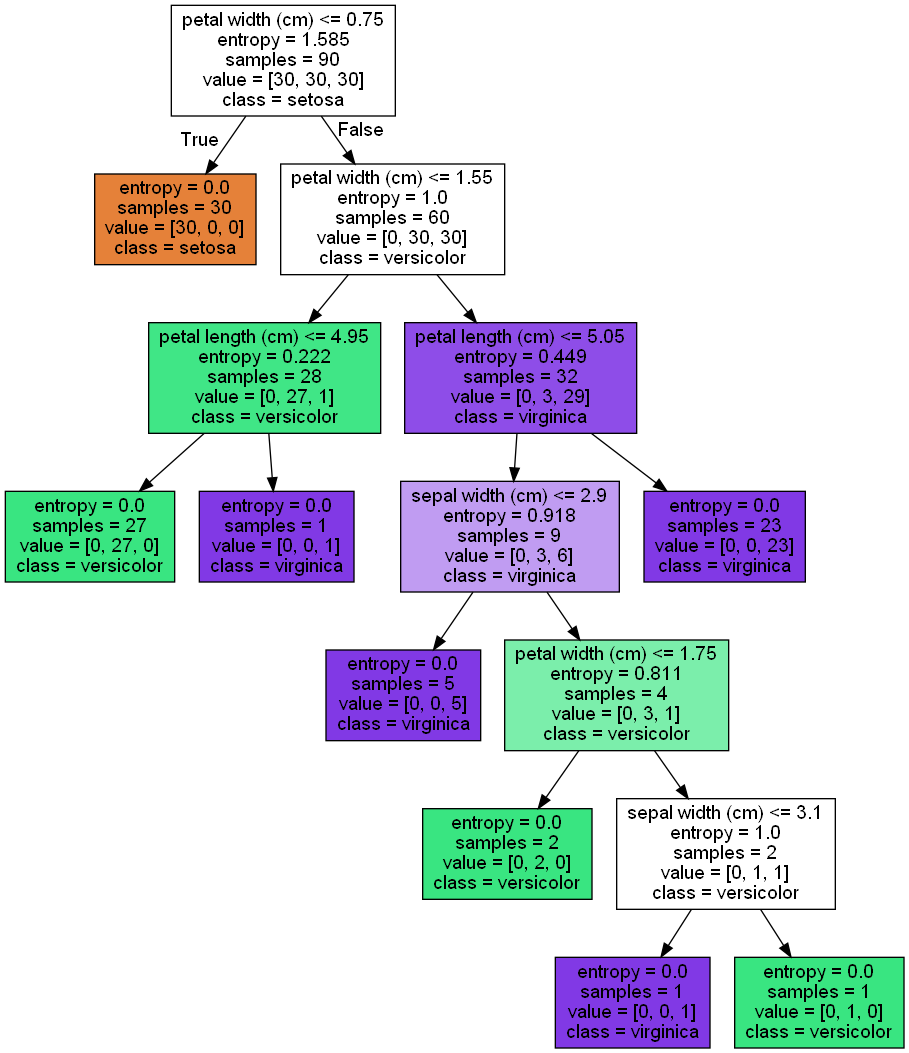
The Graphviz diagram TME10/autre_arbre.png in almehdiKrisni/UE_IAMSI, before a commit. Its source is kept beside it as TME10/autre_arbre.dot.
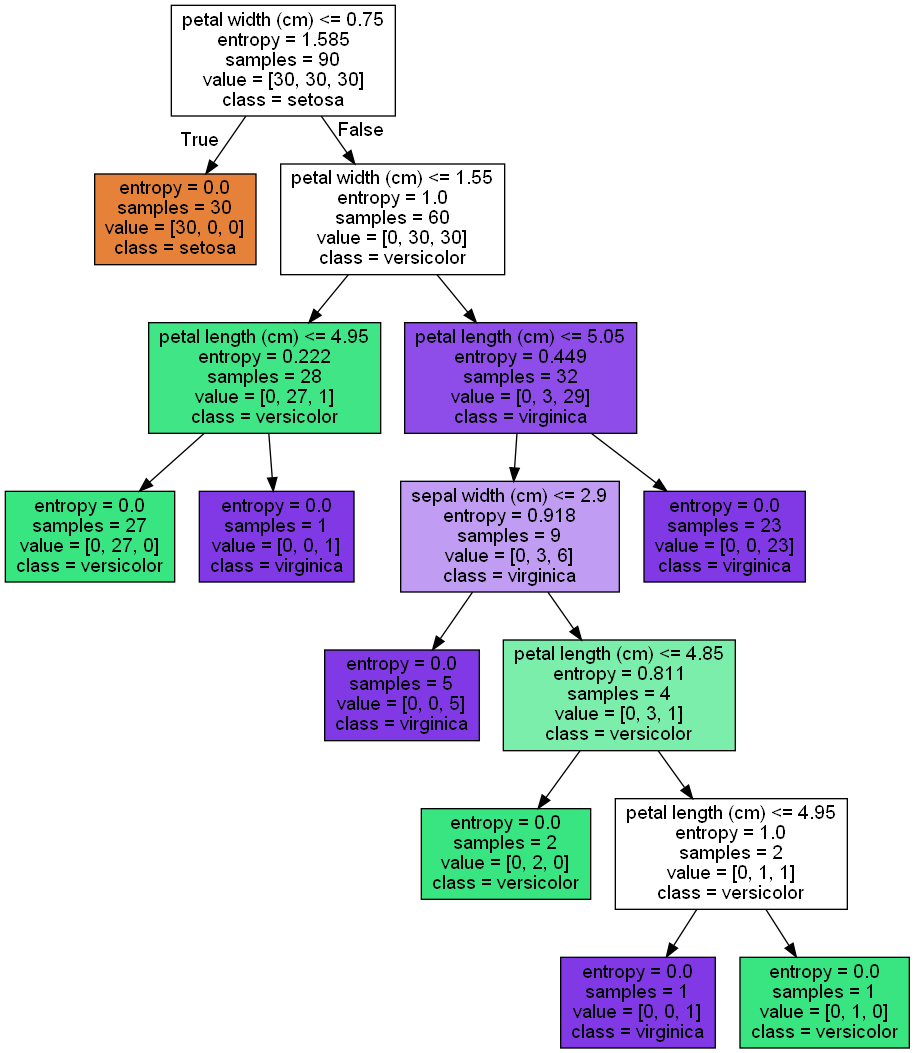
Above is the later version.

Diff of the diagram source:
```diff
@@ -18,11 +18,11 @@
 6 -> 7 ;
 8 [label="entropy = 0.0\nsamples = 5\nvalue = [0, 0, 5]\nclass = virginica", fillcolor="#8139e5"] ;
 7 -> 8 ;
-9 [label="petal width (cm) <= 1.75\nentropy = 0.811\nsamples = 4\nvalue = [0, 3, 1]\nclass = versicolor", fillcolor="#7beeab"] ;
+9 [label="petal length (cm) <= 4.85\nentropy = 0.811\nsamples = 4\nvalue = [0, 3, 1]\nclass = versicolor", fillcolor="#7beeab"] ;
 7 -> 9 ;
 10 [label="entropy = 0.0\nsamples = 2\nvalue = [0, 2, 0]\nclass = versicolor", fillcolor="#39e581"] ;
 9 -> 10 ;
-11 [label="sepal width (cm) <= 3.1\nentropy = 1.0\nsamples = 2\nvalue = [0, 1, 1]\nclass = versicolor", fillcolor="#ffffff"] ;
+11 [label="petal length (cm) <= 4.95\nentropy = 1.0\nsamples = 2\nvalue = [0, 1, 1]\nclass = versicolor", fillcolor="#ffffff"] ;
 9 -> 11 ;
 12 [label="entropy = 0.0\nsamples = 1\nvalue = [0, 0, 1]\nclass = virginica", fillcolor="#8139e5"] ;
 11 -> 12 ;
```
